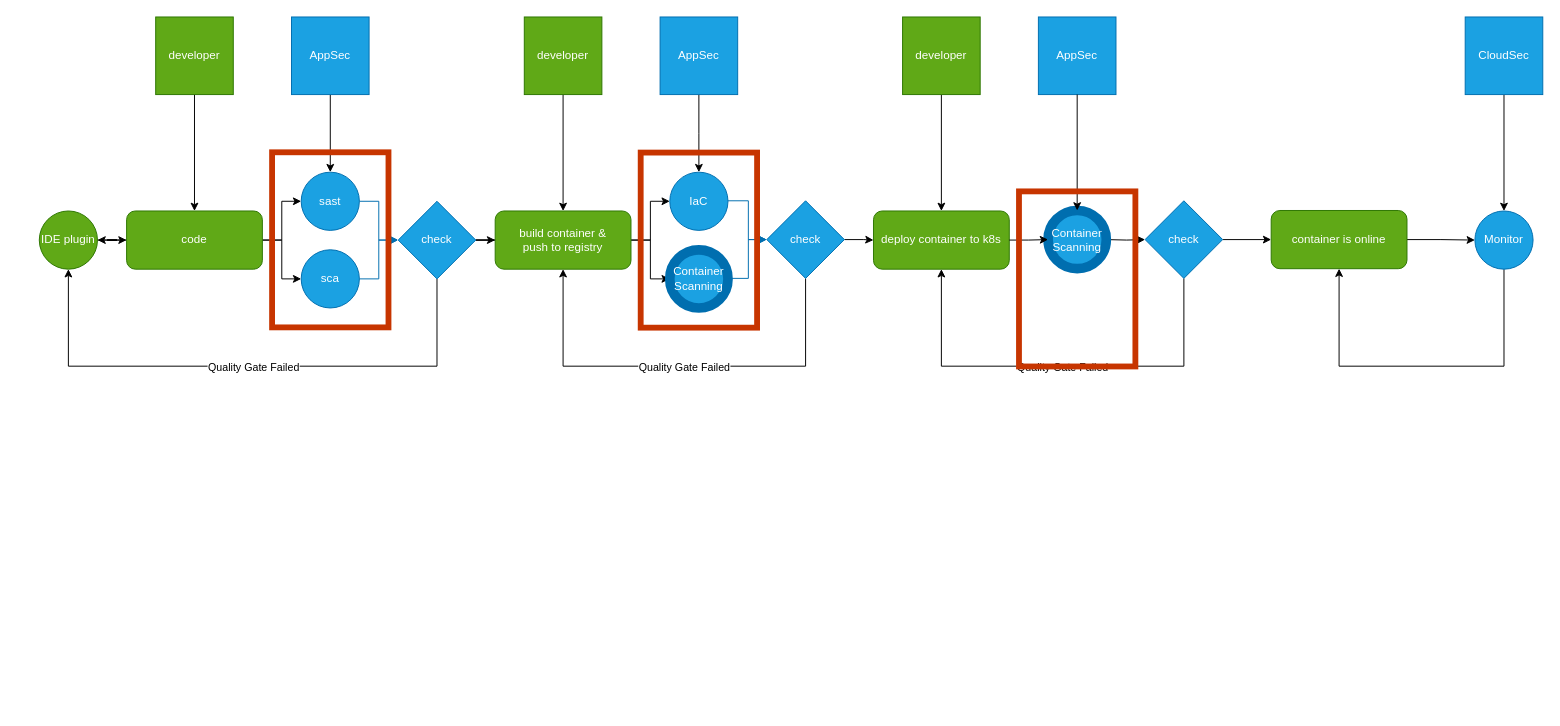
elfensky/draw.io keeps this draw.io diagram as SSDLC.drawio. Above is the earlier version. Source tidied: cells renumbered, new cells numbered last; positions are measured from the earlier drawing's top-left corner, leaving out a move shared by most shapes. Both pictures are drawn from the tidied source at 97%, with x=0, y=0 at pixel (39, 16).
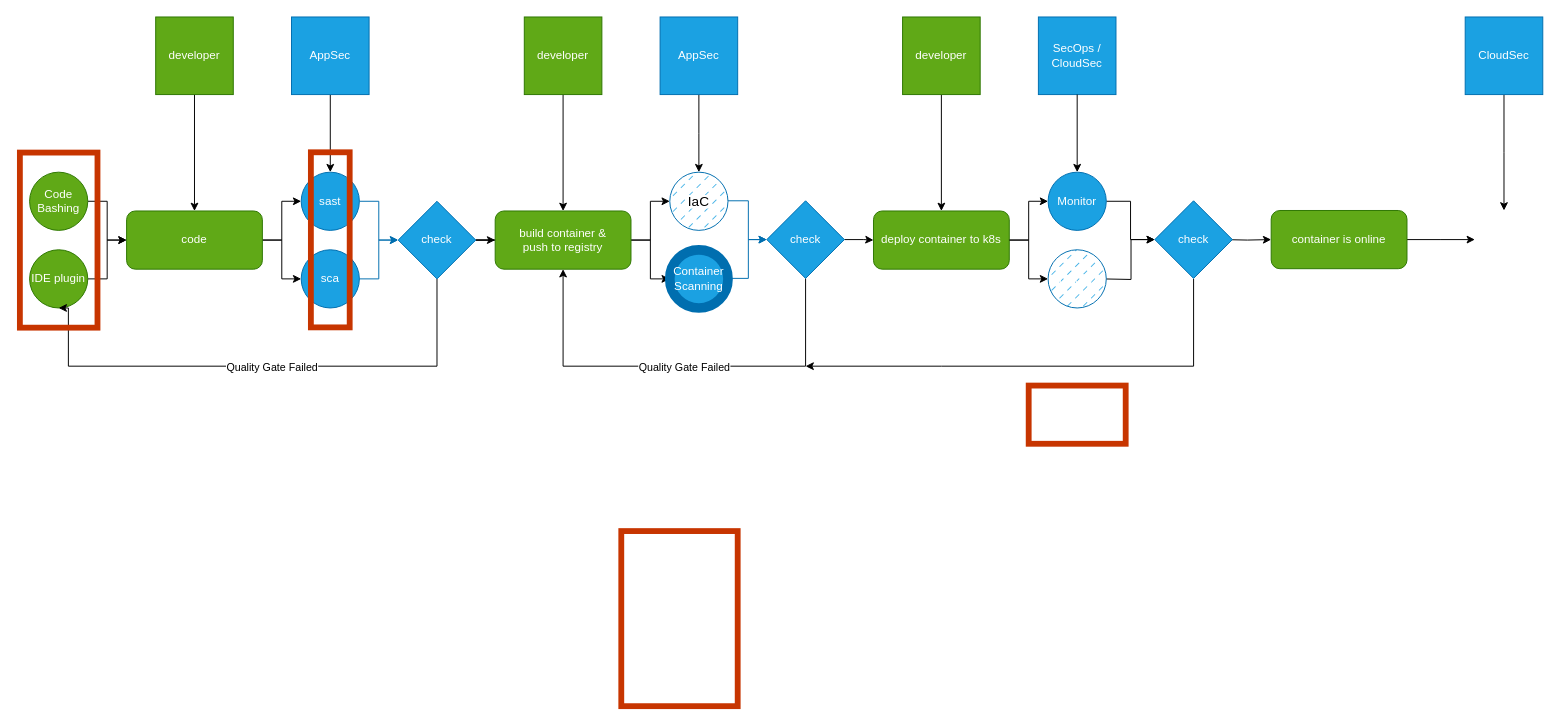
The same page after the edit.

Unchanged cells that the change refers to:
```xml
<mxCell id="5" value="sast" style="ellipse;whiteSpace=wrap;html=1;fillColor=#1ba1e2;fontColor=#ffffff;strokeColor=#006EAF;" parent="1" vertex="1">
  <mxGeometry x="270" y="160" width="60" height="60" as="geometry" />
</mxCell>
<mxCell id="7" value="sca" style="ellipse;whiteSpace=wrap;html=1;fillColor=#1ba1e2;fontColor=#ffffff;strokeColor=#006EAF;" parent="1" vertex="1">
  <mxGeometry x="270" y="240" width="60" height="60" as="geometry" />
</mxCell>
<mxCell id="11" value="code" style="rounded=1;whiteSpace=wrap;html=1;fillColor=#60a917;fontColor=#ffffff;strokeColor=#2D7600;" parent="1" vertex="1">
  <mxGeometry x="90" y="200" width="140" height="60" as="geometry" />
</mxCell>
<mxCell id="18" value="check" style="rhombus;whiteSpace=wrap;html=1;fillColor=#1ba1e2;fontColor=#ffffff;strokeColor=#006EAF;" parent="1" vertex="1">
  <mxGeometry x="370" y="190" width="80" height="80" as="geometry" />
</mxCell>
<mxCell id="28" value="check" style="rhombus;whiteSpace=wrap;html=1;fillColor=#1ba1e2;fontColor=#ffffff;strokeColor=#006EAF;" parent="1" vertex="1">
  <mxGeometry x="750" y="189.5" width="80" height="80" as="geometry" />
</mxCell>
<mxCell id="35" value="deploy container to k8s" style="rounded=1;whiteSpace=wrap;html=1;fillColor=#60a917;fontColor=#ffffff;strokeColor=#2D7600;" parent="1" vertex="1">
  <mxGeometry x="860" y="200" width="140" height="60" as="geometry" />
</mxCell>
<mxCell id="45" value="container is online" style="rounded=1;whiteSpace=wrap;html=1;fillColor=#60a917;fontColor=#ffffff;strokeColor=#2D7600;" parent="1" vertex="1">
  <mxGeometry x="1270" y="199.5" width="140" height="60" as="geometry" />
</mxCell>
<mxCell id="47" value="CloudSec" style="whiteSpace=wrap;html=1;fillColor=#1ba1e2;fontColor=#ffffff;strokeColor=#006EAF;" parent="1" vertex="1">
  <mxGeometry x="1470" width="80" height="80" as="geometry" />
</mxCell>
```

The edit, as a diff of the source:
```diff
@@
-    <mxCell id="4" style="edgeStyle=orthogonalEdgeStyle;rounded=0;jettySize=auto;html=1;entryX=0;entryY=0.5;entryDx=0;entryDy=0;fillColor=#1ba1e2;strokeColor=#006EAF;" parent="1" edge="1" source="5" target="18">
+    <mxCell id="4" style="edgeStyle=orthogonalEdgeStyle;rounded=0;jettySize=auto;html=1;entryX=0;entryY=0.5;entryDx=0;entryDy=0;fillColor=#1ba1e2;strokeColor=light-dark(#006EAF, #ffffff);" parent="1" edge="1" source="5" target="18">
       <mxGeometry relative="1" as="geometry" />
     </mxCell>
@@
-    <mxCell id="6" style="edgeStyle=orthogonalEdgeStyle;rounded=0;jettySize=auto;html=1;entryX=0;entryY=0.5;entryDx=0;entryDy=0;fillColor=#1ba1e2;strokeColor=#006EAF;" parent="1" edge="1" source="7" target="18">
+    <mxCell id="6" style="edgeStyle=orthogonalEdgeStyle;rounded=0;jettySize=auto;html=1;entryX=0;entryY=0.5;entryDx=0;entryDy=0;fillColor=#1ba1e2;strokeColor=light-dark(#006EAF, #ffffff);" parent="1" edge="1" source="7" target="18">
       <mxGeometry relative="1" as="geometry" />
     </mxCell>
@@
-    <mxCell id="8" style="edgeStyle=orthogonalEdgeStyle;rounded=0;jettySize=auto;html=1;" parent="1" edge="1" source="11" target="13">
-      <mxGeometry relative="1" as="geometry" />
-    </mxCell>
@@
     <mxCell id="12" style="edgeStyle=orthogonalEdgeStyle;rounded=0;jettySize=auto;html=1;" parent="1" edge="1" source="13" target="11">
-      <mxGeometry relative="1" as="geometry" />
+      <mxGeometry relative="1" as="geometry">
+        <Array as="points">
+          <mxPoint x="70" y="270" />
+          <mxPoint x="70" y="230" />
+        </Array>
+      </mxGeometry>
     </mxCell>
     <mxCell id="13" value="IDE plugin" style="ellipse;whiteSpace=wrap;html=1;fillColor=#60a917;fontColor=#ffffff;strokeColor=#2D7600;" parent="1" vertex="1">
-      <mxGeometry y="200" width="60" height="60" as="geometry" />
+      <mxGeometry x="-10" y="240" width="60" height="60" as="geometry" />
     </mxCell>
-    <mxCell id="14" value="IaC" style="ellipse;whiteSpace=wrap;html=1;fillColor=#1ba1e2;fontColor=#ffffff;strokeColor=#006EAF;" parent="1" vertex="1">
+    <mxCell id="14" value="&lt;span style=&quot;background-color: light-dark(#ffffff, var(--ge-dark-color, #121212));&quot;&gt;&lt;font style=&quot;font-size: 14px; color: light-dark(rgb(0, 0, 0), rgb(255, 255, 255));&quot;&gt;IaC&lt;/font&gt;&lt;/span&gt;" style="ellipse;whiteSpace=wrap;html=1;fillColor=#1ba1e2;fontColor=#ffffff;strokeColor=#006EAF;fillStyle=dashed;" parent="1" vertex="1">
       <mxGeometry x="650" y="160" width="60" height="60" as="geometry" />
     </mxCell>
@@
-    <mxCell id="23" style="edgeStyle=orthogonalEdgeStyle;rounded=0;jettySize=auto;html=1;entryX=0;entryY=0.5;entryDx=0;entryDy=0;fillColor=#1ba1e2;strokeColor=#006EAF;" parent="1" edge="1" target="28">
+    <mxCell id="23" style="edgeStyle=orthogonalEdgeStyle;rounded=0;jettySize=auto;html=1;entryX=0;entryY=0.5;entryDx=0;entryDy=0;fillColor=#1ba1e2;strokeColor=light-dark(#006EAF,#FFFFFF);" parent="1" edge="1" target="28">
       <mxGeometry relative="1" as="geometry">
         <mxPoint x="710" y="189.5" as="sourcePoint" />
         <Array as="points">
           <mxPoint x="731" y="189" />
           <mxPoint x="731" y="229" />
         </Array>
       </mxGeometry>
     </mxCell>
-    <mxCell id="24" style="edgeStyle=orthogonalEdgeStyle;rounded=0;jettySize=auto;html=1;entryX=0;entryY=0.5;entryDx=0;entryDy=0;fillColor=#1ba1e2;strokeColor=#006EAF;" parent="1" edge="1" target="28">
+    <mxCell id="24" style="edgeStyle=orthogonalEdgeStyle;rounded=0;jettySize=auto;html=1;entryX=0;entryY=0.5;entryDx=0;entryDy=0;fillColor=#1ba1e2;strokeColor=light-dark(#006EAF,#FFFFFF);" parent="1" edge="1" target="28">
       <mxGeometry relative="1" as="geometry">
         <mxPoint x="710" y="269.5" as="sourcePoint" />
         <Array as="points">
           <mxPoint x="731" y="269" />
           <mxPoint x="731" y="229" />
         </Array>
       </mxGeometry>
     </mxCell>
@@
+    <mxCell id="56" style="edgeStyle=orthogonalEdgeStyle;rounded=0;jettySize=auto;html=1;entryX=0;entryY=0.5;entryDx=0;entryDy=0;" parent="1" edge="1" source="35" target="64">
+      <mxGeometry relative="1" as="geometry" />
+    </mxCell>
@@
-    <mxCell id="36" style="edgeStyle=orthogonalEdgeStyle;rounded=0;jettySize=auto;html=1;entryX=0;entryY=0.5;entryDx=0;entryDy=0;" parent="1" edge="1" target="40">
-      <mxGeometry relative="1" as="geometry">
-        <mxPoint x="1100" y="229.5" as="sourcePoint" />
-      </mxGeometry>
-    </mxCell>
-    <mxCell id="37" style="edgeStyle=orthogonalEdgeStyle;rounded=0;jettySize=auto;html=1;entryX=0.5;entryY=1;entryDx=0;entryDy=0;" parent="1" edge="1" source="40" target="35">
-      <mxGeometry relative="1" as="geometry">
-        <Array as="points">
-          <mxPoint x="1180" y="360" />
-          <mxPoint x="930" y="360" />
-        </Array>
-      </mxGeometry>
-    </mxCell>
-    <mxCell id="38" value="&lt;font style=&quot;color: light-dark(rgb(0, 0, 0), rgb(255, 0, 0));&quot;&gt;Quality Gate Failed&lt;/font&gt;" style="edgeLabel;html=1;align=center;verticalAlign=middle;" parent="37" vertex="1">
-      <mxGeometry x="-0.02" y="3" relative="1" as="geometry">
-        <mxPoint y="-3" as="offset" />
-      </mxGeometry>
-    </mxCell>
-    <mxCell id="39" style="edgeStyle=orthogonalEdgeStyle;rounded=0;jettySize=auto;html=1;entryX=0;entryY=0.5;entryDx=0;entryDy=0;" parent="1" edge="1" source="40" target="45">
-      <mxGeometry relative="1" as="geometry" />
+    <mxCell id="39" style="edgeStyle=orthogonalEdgeStyle;rounded=0;jettySize=auto;html=1;entryX=0;entryY=0.5;entryDx=0;entryDy=0;" parent="1" edge="1" target="45">
+      <mxGeometry relative="1" as="geometry">
+        <mxPoint x="1220" y="229.5" as="sourcePoint" />
+      </mxGeometry>
     </mxCell>
-    <mxCell id="40" value="check" style="rhombus;whiteSpace=wrap;html=1;fillColor=#1ba1e2;fontColor=#ffffff;strokeColor=#006EAF;" parent="1" vertex="1">
-      <mxGeometry x="1140" y="189.5" width="80" height="80" as="geometry" />
-    </mxCell>
@@
-    <mxCell id="43" value="AppSec" style="whiteSpace=wrap;html=1;fillColor=#1ba1e2;fontColor=#ffffff;strokeColor=#006EAF;" parent="1" vertex="1">
+    <mxCell id="43" value="SecOps / CloudSec" style="whiteSpace=wrap;html=1;fillColor=#1ba1e2;fontColor=#ffffff;strokeColor=#006EAF;" parent="1" vertex="1">
       <mxGeometry x="1030" width="80" height="80" as="geometry" />
     </mxCell>
-    <mxCell id="44" style="edgeStyle=orthogonalEdgeStyle;rounded=0;jettySize=auto;html=1;entryX=0;entryY=0.5;entryDx=0;entryDy=0;" parent="1" edge="1" source="45" target="49">
-      <mxGeometry relative="1" as="geometry" />
+    <mxCell id="44" style="edgeStyle=orthogonalEdgeStyle;rounded=0;jettySize=auto;html=1;entryX=0;entryY=0.5;entryDx=0;entryDy=0;" parent="1" edge="1" source="45">
+      <mxGeometry relative="1" as="geometry">
+        <mxPoint x="1480" y="229.5" as="targetPoint" />
+      </mxGeometry>
     </mxCell>
@@
-    <mxCell id="46" style="edgeStyle=orthogonalEdgeStyle;rounded=0;jettySize=auto;html=1;entryX=0.5;entryY=0;entryDx=0;entryDy=0;" parent="1" edge="1" source="47" target="49">
-      <mxGeometry relative="1" as="geometry" />
+    <mxCell id="46" style="edgeStyle=orthogonalEdgeStyle;rounded=0;jettySize=auto;html=1;entryX=0.5;entryY=0;entryDx=0;entryDy=0;" parent="1" edge="1" source="47">
+      <mxGeometry relative="1" as="geometry">
+        <mxPoint x="1510" y="199.5" as="targetPoint" />
+      </mxGeometry>
     </mxCell>
@@
-    <mxCell id="48" style="edgeStyle=orthogonalEdgeStyle;rounded=0;jettySize=auto;html=1;entryX=0.5;entryY=1;entryDx=0;entryDy=0;" parent="1" edge="1" source="49" target="45">
-      <mxGeometry relative="1" as="geometry">
-        <Array as="points">
-          <mxPoint x="1510" y="360" />
-          <mxPoint x="1340" y="360" />
-        </Array>
-      </mxGeometry>
-    </mxCell>
-    <mxCell id="49" value="Monitor" style="ellipse;whiteSpace=wrap;html=1;fillColor=#1ba1e2;fontColor=#ffffff;strokeColor=#006EAF;" parent="1" vertex="1">
-      <mxGeometry x="1480" y="200" width="60" height="60" as="geometry" />
-    </mxCell>
-    <mxCell id="50" value="Container Scanning" style="ellipse;whiteSpace=wrap;html=1;fillColor=#1ba1e2;fontColor=#ffffff;strokeColor=light-dark(#006EAF, #ff00f7);strokeWidth=10;" parent="1" vertex="1">
-      <mxGeometry x="1040" y="199.5" width="60" height="60" as="geometry" />
-    </mxCell>
-    <mxCell id="51" style="edgeStyle=orthogonalEdgeStyle;rounded=0;jettySize=auto;html=1;entryX=0;entryY=0.5;entryDx=0;entryDy=0;" parent="1" edge="1" source="35" target="50">
+    <mxCell id="51" style="edgeStyle=orthogonalEdgeStyle;rounded=0;jettySize=auto;html=1;entryX=0;entryY=0.5;entryDx=0;entryDy=0;" parent="1" edge="1" source="35" target="49">
       <mxGeometry relative="1" as="geometry" />
     </mxCell>
-    <mxCell id="52" style="edgeStyle=orthogonalEdgeStyle;rounded=0;jettySize=auto;html=1;entryX=0.5;entryY=0;entryDx=0;entryDy=0;" parent="1" edge="1" source="43" target="50">
+    <mxCell id="52" style="edgeStyle=orthogonalEdgeStyle;rounded=0;jettySize=auto;html=1;entryX=0.5;entryY=0;entryDx=0;entryDy=0;" parent="1" edge="1" source="43" target="49">
       <mxGeometry relative="1" as="geometry" />
     </mxCell>
+    <mxCell id="54" style="rounded=0;whiteSpace=wrap;html=1;fillColor=none;fontColor=#000000;strokeColor=#C73500;strokeWidth=6;" parent="1" vertex="1">
+      <mxGeometry x="600" y="530" width="120" height="180.5" as="geometry" />
+    </mxCell>
     <mxCell id="53" style="rounded=0;whiteSpace=wrap;html=1;fillColor=none;fontColor=#000000;strokeColor=#C73500;strokeWidth=6;" parent="1" vertex="1">
-      <mxGeometry x="240" y="139.5" width="120" height="180.5" as="geometry" />
+      <mxGeometry x="280" y="139.5" width="40" height="180.5" as="geometry" />
     </mxCell>
-    <mxCell id="54" style="rounded=0;whiteSpace=wrap;html=1;fillColor=none;fontColor=#000000;strokeColor=#C73500;strokeWidth=6;" parent="1" vertex="1">
-      <mxGeometry x="620" y="139.8" width="120" height="180.5" as="geometry" />
-    </mxCell>
-    <mxCell id="55" style="rounded=0;whiteSpace=wrap;html=1;fillColor=none;fontColor=#000000;strokeColor=#C73500;strokeWidth=6;" parent="1" vertex="1">
-      <mxGeometry x="1010" y="179.8" width="120" height="180.5" as="geometry" />
-    </mxCell>
+    <mxCell id="57" style="edgeStyle=orthogonalEdgeStyle;rounded=0;jettySize=auto;html=1;entryX=0;entryY=0.5;entryDx=0;entryDy=0;" parent="1" edge="1" source="49" target="40">
+      <mxGeometry relative="1" as="geometry" />
+    </mxCell>
+    <mxCell id="49" value="Monitor" style="ellipse;whiteSpace=wrap;html=1;fillColor=#1ba1e2;fontColor=#ffffff;strokeColor=#006EAF;" parent="1" vertex="1">
+      <mxGeometry x="1040" y="160" width="60" height="60" as="geometry" />
+    </mxCell>
+    <mxCell id="58" style="edgeStyle=orthogonalEdgeStyle;rounded=0;orthogonalLoop=1;jettySize=auto;html=1;" parent="1" edge="1">
+      <mxGeometry relative="1" as="geometry">
+        <mxPoint x="1190" y="270" as="sourcePoint" />
+        <mxPoint x="790" y="360" as="targetPoint" />
+        <Array as="points">
+          <mxPoint x="1190" y="360" />
+          <mxPoint x="930" y="360" />
+        </Array>
+      </mxGeometry>
+    </mxCell>
+    <mxCell id="40" value="check" style="rhombus;whiteSpace=wrap;html=1;fillColor=#1ba1e2;fontColor=#ffffff;strokeColor=#006EAF;" parent="1" vertex="1">
+      <mxGeometry x="1150" y="189.5" width="80" height="80" as="geometry" />
+    </mxCell>
+    <mxCell id="59" style="edgeStyle=orthogonalEdgeStyle;rounded=0;jettySize=auto;html=1;entryX=0;entryY=0.5;entryDx=0;entryDy=0;" parent="1" edge="1" target="40">
+      <mxGeometry relative="1" as="geometry">
+        <mxPoint x="1100" y="270.1" as="sourcePoint" />
+      </mxGeometry>
+    </mxCell>
+    <mxCell id="60" style="rounded=0;whiteSpace=wrap;html=1;fillColor=none;fontColor=#000000;strokeColor=#C73500;strokeWidth=6;" parent="1" vertex="1">
+      <mxGeometry x="1020" y="380" width="100" height="60" as="geometry" />
+    </mxCell>
+    <mxCell id="61" style="edgeStyle=orthogonalEdgeStyle;rounded=0;jettySize=auto;html=1;entryX=0;entryY=0.5;entryDx=0;entryDy=0;" parent="1" edge="1" source="62" target="11">
+      <mxGeometry relative="1" as="geometry">
+        <Array as="points">
+          <mxPoint x="70" y="190" />
+          <mxPoint x="70" y="230" />
+        </Array>
+      </mxGeometry>
+    </mxCell>
+    <mxCell id="62" value="Code Bashing" style="ellipse;whiteSpace=wrap;html=1;fillColor=#60a917;fontColor=#ffffff;strokeColor=#2D7600;" parent="1" vertex="1">
+      <mxGeometry x="-10" y="160" width="60" height="60" as="geometry" />
+    </mxCell>
+    <mxCell id="63" style="rounded=0;whiteSpace=wrap;html=1;fillColor=none;fontColor=#000000;strokeColor=#C73500;strokeWidth=6;" parent="1" vertex="1">
+      <mxGeometry x="-20" y="139.8" width="80" height="180.5" as="geometry" />
+    </mxCell>
+    <mxCell id="64" value="&lt;font style=&quot;color: light-dark(rgb(255, 255, 255), rgb(255, 255, 255));&quot;&gt;&lt;span style=&quot;font-size: 14px;&quot;&gt;DAST&lt;/span&gt;&lt;/font&gt;" style="ellipse;whiteSpace=wrap;html=1;fillColor=#1ba1e2;fontColor=#ffffff;strokeColor=#006EAF;fillStyle=dashed;" parent="1" vertex="1">
+      <mxGeometry x="1040" y="240" width="60" height="60" as="geometry" />
+    </mxCell>
```
